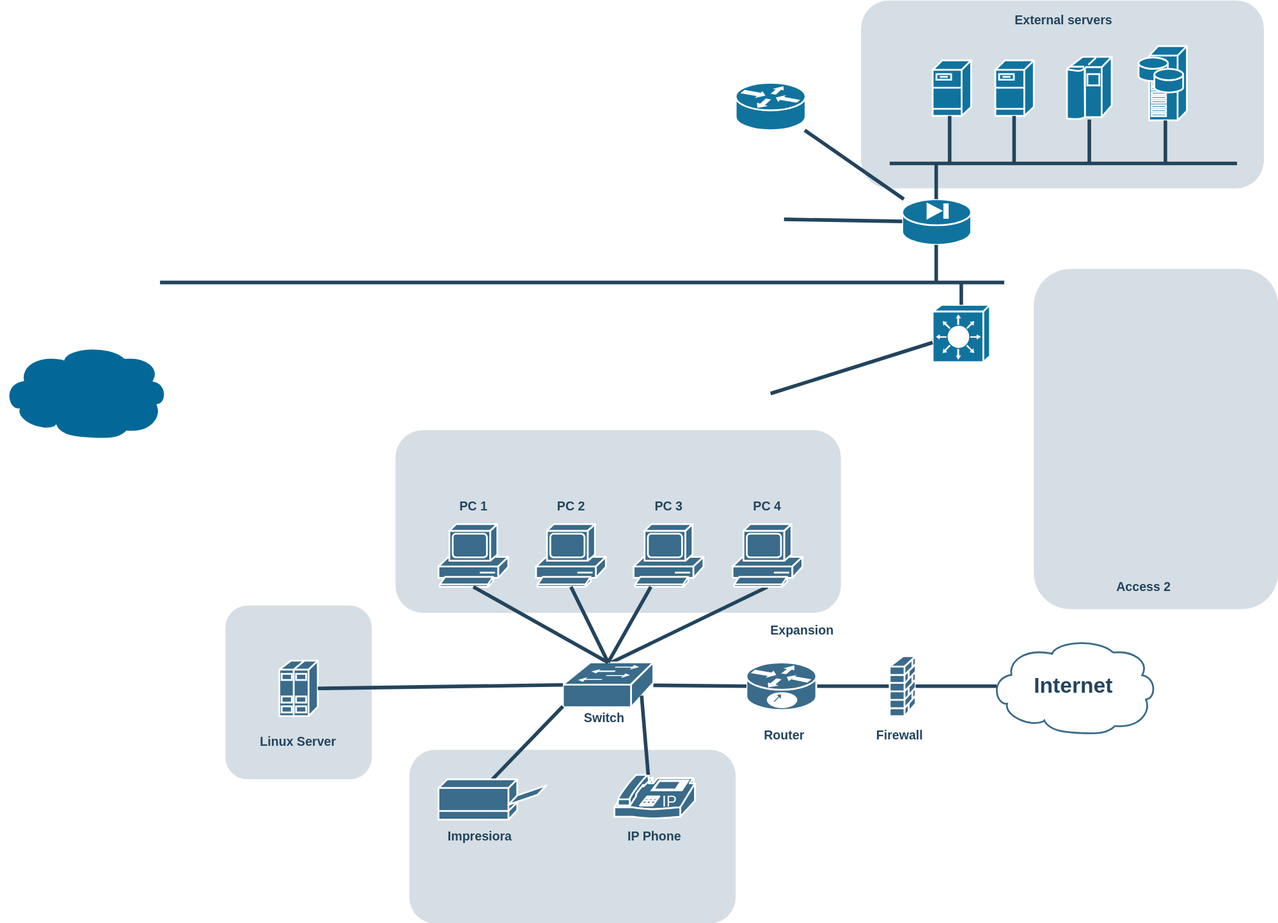
Earlier version of the draw.io export Esquema de red Bookhub.svg (DemoNxriN/Bookhub). Source tidied: cells renumbered, new cells last; positions are measured from the earlier drawing's top-left corner, leaving out a move shared by most shapes.
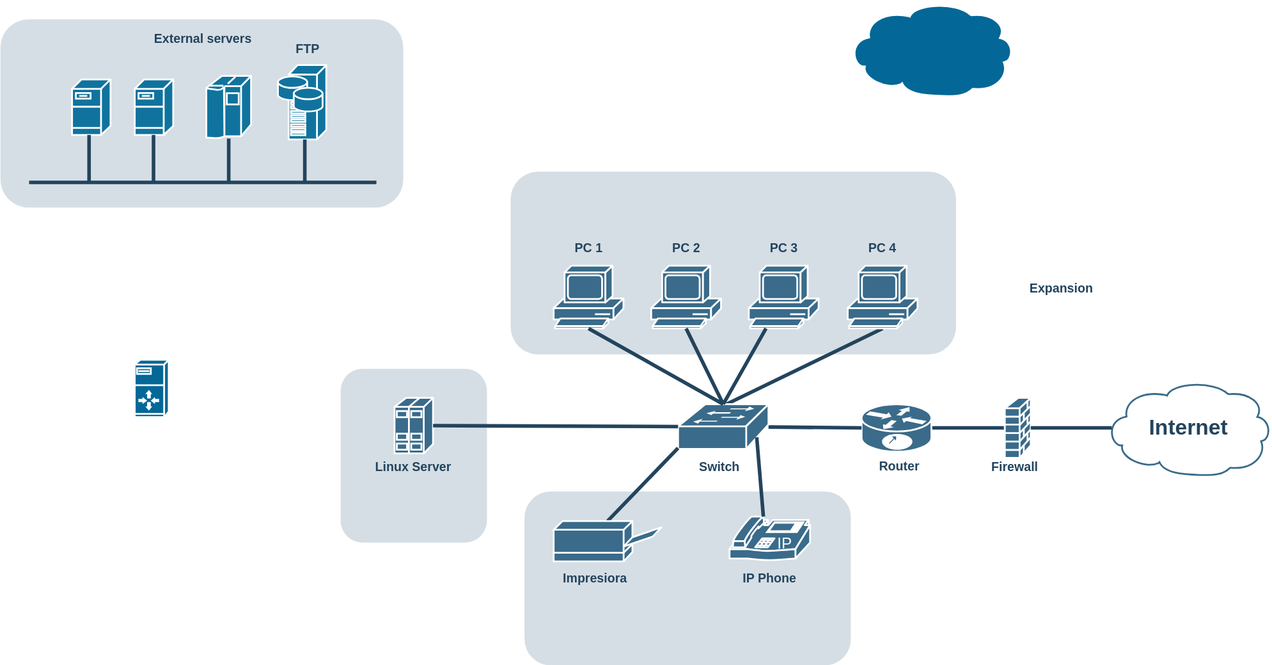
Above is the later version.

Change to the diagram source:
```diff
@@ -5,93 +5,50 @@
     <mxCell id="2" style="rounded=1;whiteSpace=wrap;html=1;strokeColor=none;fillColor=#BAC8D3;fontSize=24;fontColor=#23445D;align=center;opacity=60;" parent="1" vertex="1">
       <mxGeometry x="440" y="480" width="497.5" height="204" as="geometry" />
     </mxCell>
-    <mxCell id="3" style="rounded=1;whiteSpace=wrap;html=1;strokeColor=none;fillColor=#BAC8D3;fontSize=24;fontColor=#23445D;align=center;opacity=60;" parent="1" vertex="1">
-      <mxGeometry x="1153" y="300" width="273" height="380" as="geometry" />
-    </mxCell>
     <mxCell id="4" style="rounded=1;whiteSpace=wrap;html=1;strokeColor=none;fillColor=#BAC8D3;fontSize=24;fontColor=#23445D;align=center;opacity=60;" parent="1" vertex="1">
-      <mxGeometry x="250" y="676" width="163.5" height="194" as="geometry" />
+      <mxGeometry x="250" y="700" width="163.5" height="194" as="geometry" />
     </mxCell>
     <mxCell id="5" style="rounded=1;whiteSpace=wrap;html=1;strokeColor=none;fillColor=#BAC8D3;fontSize=24;fontColor=#23445D;align=center;opacity=60;" parent="1" vertex="1">
-      <mxGeometry x="960" width="450" height="210" as="geometry" />
+      <mxGeometry x="-130" y="310" width="450" height="210" as="geometry" />
     </mxCell>
     <mxCell id="6" style="shape=mxgraph.cisco.servers.fileserver;html=1;dashed=0;fillColor=#10739E;strokeColor=#ffffff;strokeWidth=2;verticalLabelPosition=bottom;verticalAlign=top;fontFamily=Helvetica;fontSize=36;fontColor=#FFB366;" parent="1" vertex="1">
-      <mxGeometry x="1040" y="67" width="43" height="62" as="geometry" />
+      <mxGeometry x="-50" y="377" width="43" height="62" as="geometry" />
     </mxCell>
     <mxCell id="7" style="shape=mxgraph.cisco.servers.fileserver;html=1;dashed=0;fillColor=#10739E;strokeColor=#ffffff;strokeWidth=2;verticalLabelPosition=bottom;verticalAlign=top;fontFamily=Helvetica;fontSize=36;fontColor=#FFB366;" parent="1" vertex="1">
-      <mxGeometry x="1110" y="67" width="43" height="62" as="geometry" />
+      <mxGeometry x="20" y="377" width="43" height="62" as="geometry" />
     </mxCell>
     <mxCell id="8" style="shape=mxgraph.cisco.computers_and_peripherals.ibm_mainframe;html=1;dashed=0;fillColor=#10739E;strokeColor=#ffffff;strokeWidth=2;verticalLabelPosition=bottom;verticalAlign=top;fontFamily=Helvetica;fontSize=36;fontColor=#FFB366;" parent="1" vertex="1">
-      <mxGeometry x="1190" y="63" width="50" height="70" as="geometry" />
+      <mxGeometry x="100" y="373" width="50" height="70" as="geometry" />
     </mxCell>
     <mxCell id="9" style="shape=mxgraph.cisco.servers.storage_server;html=1;dashed=0;fillColor=#10739E;strokeColor=#ffffff;strokeWidth=2;verticalLabelPosition=bottom;verticalAlign=top;fontFamily=Helvetica;fontSize=36;fontColor=#FFB366;" parent="1" vertex="1">
-      <mxGeometry x="1270" y="51" width="54" height="83" as="geometry" />
+      <mxGeometry x="180" y="361" width="54" height="83" as="geometry" />
     </mxCell>
-    <mxCell id="10" style="shape=mxgraph.cisco.security.pix_firewall;html=1;dashed=0;fillColor=#10739E;strokeColor=#ffffff;strokeWidth=2;verticalLabelPosition=bottom;verticalAlign=top;fontFamily=Helvetica;fontSize=36;fontColor=#FFB366;" parent="1" vertex="1">
-      <mxGeometry x="1006" y="222" width="77" height="51" as="geometry" />
-    </mxCell>
     <mxCell id="11" value="Internet" style="shape=mxgraph.cisco.storage.cloud;html=1;dashed=0;strokeColor=#3a6b8a;fillColor=#ffffff;strokeWidth=2;fontFamily=Helvetica;fontSize=24;fontColor=#23445D;align=center;fontStyle=1;" parent="1" vertex="1">
       <mxGeometry x="1104" y="713" width="186" height="106" as="geometry" />
     </mxCell>
-    <mxCell id="12" style="shape=mxgraph.cisco.switches.layer_3_switch;html=1;dashed=0;fillColor=#10739E;strokeColor=#ffffff;strokeWidth=2;verticalLabelPosition=bottom;verticalAlign=top;fontFamily=Helvetica;fontSize=36;fontColor=#FFB366;" parent="1" vertex="1">
-      <mxGeometry x="1040" y="340" width="64" height="64" as="geometry" />
-    </mxCell>
-    <mxCell id="13" style="shape=mxgraph.cisco.routers.router;html=1;dashed=0;fillColor=#10739E;strokeColor=#ffffff;strokeWidth=2;verticalLabelPosition=bottom;verticalAlign=top;fontFamily=Helvetica;fontSize=36;fontColor=#FFB366;" parent="1" vertex="1">
-      <mxGeometry x="820" y="92" width="78" height="53" as="geometry" />
-    </mxCell>
     <mxCell id="14" style="line;html=1;strokeColor=#23445D;" parent="1" vertex="1">
-      <mxGeometry x="992" y="177" width="388" height="10" as="geometry" />
+      <mxGeometry x="-98" y="487" width="388" height="10" as="geometry" />
     </mxCell>
-    <mxCell id="15" style="line;html=1;strokeColor=#23445D;" parent="1" vertex="1">
-      <mxGeometry x="177" y="310" width="943" height="10" as="geometry" />
-    </mxCell>
     <mxCell id="16" style="edgeStyle=elbowEdgeStyle;elbow=horizontal;endArrow=none;html=1;strokeColor=#23445D;endFill=0;strokeWidth=4;rounded=1;" parent="1" edge="1" source="6">
       <mxGeometry relative="1" as="geometry">
-        <mxPoint x="1059.3" y="182.1" as="targetPoint" />
+        <mxPoint x="-30.7" y="492.1" as="targetPoint" />
       </mxGeometry>
     </mxCell>
     <mxCell id="17" style="edgeStyle=elbowEdgeStyle;elbow=horizontal;endArrow=none;html=1;strokeColor=#23445D;endFill=0;strokeWidth=4;rounded=1;" parent="1" edge="1" source="7">
       <mxGeometry relative="1" as="geometry">
-        <mxPoint x="1131.3" y="182.1" as="targetPoint" />
+        <mxPoint x="41.3" y="492.1" as="targetPoint" />
       </mxGeometry>
     </mxCell>
     <mxCell id="18" style="edgeStyle=elbowEdgeStyle;elbow=horizontal;endArrow=none;html=1;strokeColor=#23445D;endFill=0;strokeWidth=4;rounded=1;" parent="1" edge="1" source="8">
       <mxGeometry relative="1" as="geometry">
-        <mxPoint x="1215.3" y="182.1" as="targetPoint" />
+        <mxPoint x="125.3" y="492.1" as="targetPoint" />
       </mxGeometry>
     </mxCell>
     <mxCell id="19" style="edgeStyle=elbowEdgeStyle;elbow=horizontal;endArrow=none;html=1;strokeColor=#23445D;endFill=0;strokeWidth=4;rounded=1;" parent="1" edge="1" source="9">
       <mxGeometry relative="1" as="geometry">
-        <mxPoint x="1300.3" y="182.1" as="targetPoint" />
+        <mxPoint x="210.3" y="492.1" as="targetPoint" />
       </mxGeometry>
     </mxCell>
-    <mxCell id="20" style="edgeStyle=elbowEdgeStyle;elbow=horizontal;endArrow=none;html=1;strokeColor=#23445D;endFill=0;strokeWidth=4;rounded=1;" parent="1" edge="1" target="10">
-      <mxGeometry relative="1" as="geometry">
-        <mxPoint x="1044" y="182" as="sourcePoint" />
-      </mxGeometry>
-    </mxCell>
-    <mxCell id="21" style="edgeStyle=elbowEdgeStyle;elbow=horizontal;endArrow=none;html=1;strokeColor=#23445D;endFill=0;strokeWidth=4;rounded=1;" parent="1" edge="1" source="10">
-      <mxGeometry relative="1" as="geometry">
-        <mxPoint x="1044.3" y="315.1" as="targetPoint" />
-      </mxGeometry>
-    </mxCell>
-    <mxCell id="22" style="elbow=horizontal;endArrow=none;html=1;strokeColor=#23445D;endFill=0;strokeWidth=4;rounded=1;" parent="1" edge="1" source="10" target="13">
-      <mxGeometry relative="1" as="geometry" />
-    </mxCell>
-    <mxCell id="23" style="elbow=horizontal;endArrow=none;html=1;strokeColor=#23445D;endFill=0;strokeWidth=4;rounded=1;" parent="1" edge="1" source="10">
-      <mxGeometry relative="1" as="geometry">
-        <mxPoint x="874" y="244.5" as="targetPoint" />
-      </mxGeometry>
-    </mxCell>
-    <mxCell id="24" style="edgeStyle=none;rounded=1;html=1;strokeColor=#23445D;endArrow=none;endFill=0;strokeWidth=4;" parent="1" edge="1" source="12">
-      <mxGeometry relative="1" as="geometry">
-        <mxPoint x="859" y="439.1" as="targetPoint" />
-      </mxGeometry>
-    </mxCell>
-    <mxCell id="25" style="edgeStyle=elbowEdgeStyle;elbow=horizontal;endArrow=none;html=1;strokeColor=#23445D;endFill=0;strokeWidth=4;rounded=1;" parent="1" edge="1" target="12">
-      <mxGeometry relative="1" as="geometry">
-        <mxPoint x="1072" y="315" as="sourcePoint" />
-      </mxGeometry>
-    </mxCell>
     <mxCell id="26" style="rounded=1;html=1;strokeColor=#23445D;endArrow=none;endFill=0;strokeWidth=4;exitX=1;exitY=0.5;exitDx=0;exitDy=0;exitPerimeter=0;entryX=0;entryY=0.5;entryDx=0;entryDy=0;entryPerimeter=0;" parent="1" edge="1" source="30" target="44">
       <mxGeometry relative="1" as="geometry" />
     </mxCell>
@@ -101,11 +58,8 @@
       </mxGeometry>
     </mxCell>
     <mxCell id="28" value="&lt;font color=&quot;#23445d&quot;&gt;External servers&lt;/font&gt;" style="rounded=1;whiteSpace=wrap;html=1;strokeColor=none;fillColor=none;fontSize=14;fontColor=#742B21;align=center;fontStyle=1;" parent="1" vertex="1">
-      <mxGeometry x="1115" y="12" width="143" height="19" as="geometry" />
+      <mxGeometry x="25" y="322" width="143" height="19" as="geometry" />
     </mxCell>
-    <mxCell id="29" value="Access 2" style="rounded=1;whiteSpace=wrap;html=1;strokeColor=none;fillColor=none;fontSize=14;fontColor=#23445D;align=center;fontStyle=1;" parent="1" vertex="1">
-      <mxGeometry x="1228" y="645" width="96" height="19" as="geometry" />
-    </mxCell>
     <mxCell id="30" style="shape=mxgraph.cisco.routers.10700;sketch=0;html=1;dashed=0;fillColor=#3a6b8a;strokeColor=#ffffff;strokeWidth=2;verticalLabelPosition=bottom;verticalAlign=top;align=center;outlineConnect=0;" parent="1" vertex="1">
       <mxGeometry x="832" y="739.5" width="78" height="53" as="geometry" />
     </mxCell>
@@ -113,7 +67,7 @@
       <mxGeometry relative="1" as="geometry" />
     </mxCell>
     <mxCell id="32" value="&lt;font color=&quot;#23445d&quot;&gt;Expansion&lt;/font&gt;" style="rounded=1;whiteSpace=wrap;html=1;strokeColor=none;fillColor=none;fontSize=14;fontColor=#742B21;align=center;fontStyle=1;" parent="1" vertex="1">
-      <mxGeometry x="840" y="694" width="109" height="19" as="geometry" />
+      <mxGeometry x="1001" y="600" width="109" height="19" as="geometry" />
     </mxCell>
     <mxCell id="33" style="shape=mxgraph.cisco.switches.workgroup_switch;sketch=0;html=1;dashed=0;fillColor=#3a6b8a;strokeColor=#ffffff;strokeWidth=2;verticalLabelPosition=bottom;verticalAlign=top;align=center;outlineConnect=0;" parent="1" vertex="1">
       <mxGeometry x="627" y="739.5" width="101" height="50" as="geometry" />
@@ -140,13 +94,13 @@
       <mxGeometry relative="1" as="geometry" />
     </mxCell>
     <mxCell id="41" style="shape=mxgraph.cisco.servers.standard_host;sketch=0;html=1;dashed=0;fillColor=#3a6b8a;strokeColor=#ffffff;strokeWidth=2;verticalLabelPosition=bottom;verticalAlign=top;align=center;outlineConnect=0;" parent="1" vertex="1">
-      <mxGeometry x="310.2" y="737.5" width="43" height="62" as="geometry" />
+      <mxGeometry x="310.2" y="732.5" width="43" height="62" as="geometry" />
     </mxCell>
     <mxCell id="42" style="rounded=1;html=1;endArrow=none;endFill=0;strokeColor=#23445D;strokeWidth=4;fontSize=14;fontColor=#990000;entryX=1;entryY=0.5;entryDx=0;entryDy=0;entryPerimeter=0;exitX=0;exitY=0.5;exitDx=0;exitDy=0;exitPerimeter=0;" parent="1" edge="1" source="33" target="41">
       <mxGeometry relative="1" as="geometry" />
     </mxCell>
     <mxCell id="43" style="shape=mxgraph.cisco.storage.cloud;sketch=0;html=1;dashed=0;fillColor=#036897;strokeColor=#ffffff;strokeWidth=2;verticalLabelPosition=bottom;verticalAlign=top;align=center;" parent="1" vertex="1">
-      <mxGeometry y="384" width="186" height="106" as="geometry" />
+      <mxGeometry x="816.5" y="290" width="186" height="106" as="geometry" />
     </mxCell>
     <mxCell id="44" style="shape=mxgraph.cisco.security.firewall;sketch=0;html=1;dashed=0;fillColor=#3a6b8a;strokeColor=#ffffff;strokeWidth=2;verticalLabelPosition=bottom;verticalAlign=top;align=center;outlineConnect=0;" parent="1" vertex="1">
       <mxGeometry x="992" y="732.5" width="29" height="67" as="geometry" />
@@ -155,13 +109,13 @@
       <mxGeometry relative="1" as="geometry" />
     </mxCell>
     <mxCell id="46" value="&lt;font color=&quot;#23445d&quot;&gt;Firewall&lt;/font&gt;" style="rounded=1;whiteSpace=wrap;html=1;strokeColor=none;fillColor=none;fontSize=14;fontColor=#742B21;align=center;fontStyle=1;" parent="1" vertex="1">
-      <mxGeometry x="949" y="811" width="109" height="19" as="geometry" />
+      <mxGeometry x="949" y="800" width="109" height="19" as="geometry" />
     </mxCell>
     <mxCell id="47" value="&lt;font color=&quot;#23445d&quot;&gt;Router&lt;/font&gt;" style="rounded=1;whiteSpace=wrap;html=1;strokeColor=none;fillColor=none;fontSize=14;fontColor=#742B21;align=center;fontStyle=1;" parent="1" vertex="1">
-      <mxGeometry x="820" y="811" width="109" height="19" as="geometry" />
+      <mxGeometry x="820" y="799.5" width="109" height="19" as="geometry" />
     </mxCell>
     <mxCell id="48" value="&lt;font color=&quot;#23445d&quot;&gt;Switch&lt;/font&gt;" style="rounded=1;whiteSpace=wrap;html=1;strokeColor=none;fillColor=none;fontSize=14;fontColor=#742B21;align=center;fontStyle=1;" parent="1" vertex="1">
-      <mxGeometry x="619" y="792" width="109" height="19" as="geometry" />
+      <mxGeometry x="619" y="800" width="109" height="19" as="geometry" />
     </mxCell>
     <mxCell id="49" value="&lt;font color=&quot;#23445d&quot;&gt;PC 3&lt;/font&gt;" style="rounded=1;whiteSpace=wrap;html=1;strokeColor=none;fillColor=none;fontSize=14;fontColor=#742B21;align=center;fontStyle=1;" parent="1" vertex="1">
       <mxGeometry x="690.5" y="555" width="109" height="19" as="geometry" />
@@ -176,7 +130,7 @@
       <mxGeometry x="581.5" y="555" width="109" height="19" as="geometry" />
     </mxCell>
     <mxCell id="53" value="&lt;font color=&quot;#23445d&quot;&gt;Linux Server&lt;/font&gt;" style="rounded=1;whiteSpace=wrap;html=1;strokeColor=none;fillColor=none;fontSize=14;fontColor=#742B21;align=center;fontStyle=1;" parent="1" vertex="1">
-      <mxGeometry x="277.2" y="818" width="109" height="19" as="geometry" />
+      <mxGeometry x="277.2" y="800" width="109" height="19" as="geometry" />
     </mxCell>
     <mxCell id="54" style="rounded=1;whiteSpace=wrap;html=1;strokeColor=none;fillColor=#BAC8D3;fontSize=24;fontColor=#23445D;align=center;opacity=60;" parent="1" vertex="1">
       <mxGeometry x="455.5" y="837" width="364.5" height="194" as="geometry" />
@@ -202,5 +156,11 @@
     <mxCell id="61" style="rounded=1;html=1;endArrow=none;endFill=0;strokeColor=#23445D;strokeWidth=4;fontSize=14;fontColor=#990000;exitX=0.87;exitY=0.74;exitDx=0;exitDy=0;exitPerimeter=0;entryX=0.42;entryY=0;entryDx=0;entryDy=0;entryPerimeter=0;" parent="1" edge="1" source="33" target="57">
       <mxGeometry relative="1" as="geometry" />
     </mxCell>
+    <mxCell id="62" style="shape=mxgraph.cisco.servers.server_with_router;sketch=0;html=1;dashed=0;fillColor=#036897;strokeColor=#ffffff;strokeWidth=2;verticalLabelPosition=bottom;verticalAlign=top;align=center;" parent="1" vertex="1">
+      <mxGeometry x="20" y="690" width="38" height="64" as="geometry" />
+    </mxCell>
+    <mxCell id="63" value="&lt;font color=&quot;#23445d&quot;&gt;FTP&lt;/font&gt;" style="rounded=1;whiteSpace=wrap;html=1;strokeColor=none;fillColor=none;fontSize=14;fontColor=#742B21;align=center;fontStyle=1;" parent="1" vertex="1">
+      <mxGeometry x="159" y="333.5" width="109" height="19" as="geometry" />
+    </mxCell>
   </root>
 </mxGraphModel>
```
